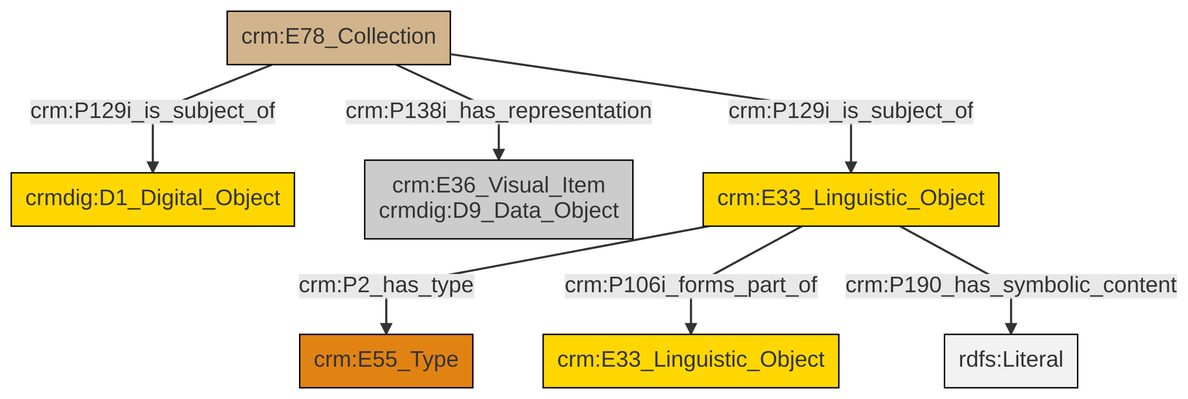
This is et/archivalCSV/ttl/mmd/png/archival_docs.png from swiss-art-research-net/docs.swissartresearch, a Mermaid export, as it was before one commit. Its source is kept beside it as et/archivalCSV/ttl/mmd/archival_docs.ttl.mmd.
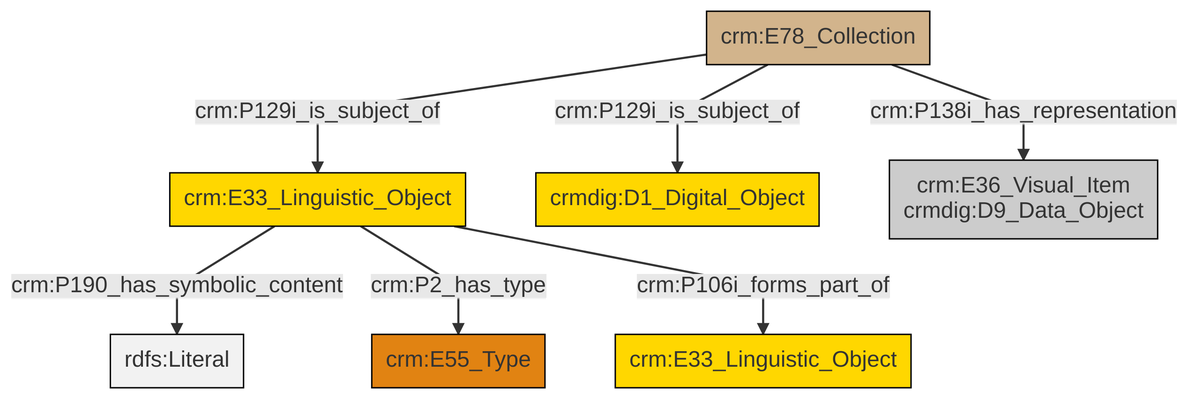
The same file after the commit.

What changed in the source:
```diff
@@ -13,9 +13,9 @@
 classDef PC_Classes fill:#4ce600, stroke:#000000;
 classDef Multi fill:#cccccc,stroke:#000000;
 
-0["crm:E78_Collection"]:::Physical_Thing -->|crm:P129i_is_subject_of| 1["crmdig:D1_Digital_Object"]:::Conceptual_Object
-5["crm:E33_Linguistic_Object"]:::Conceptual_Object -->|crm:P2_has_type| 6["crm:E55_Type"]:::Type
-5["crm:E33_Linguistic_Object"]:::Conceptual_Object -->|crm:P106i_forms_part_of| 9["crm:E33_Linguistic_Object"]:::Conceptual_Object
-5["crm:E33_Linguistic_Object"]:::Conceptual_Object -->|crm:P190_has_symbolic_content| 13[rdfs:Literal]:::Literal
-0["crm:E78_Collection"]:::Physical_Thing -->|crm:P129i_is_subject_of| 5["crm:E33_Linguistic_Object"]:::Conceptual_Object
-0["crm:E78_Collection"]:::Physical_Thing -->|crm:P138i_has_representation| 3["crm:E36_Visual_Item<br>crmdig:D9_Data_Object"]:::Multi
+2["crm:E78_Collection"]:::Physical_Thing -->|crm:P129i_is_subject_of| 7["crmdig:D1_Digital_Object"]:::Conceptual_Object
+0["crm:E33_Linguistic_Object"]:::Conceptual_Object -->|crm:P190_has_symbolic_content| 14[rdfs:Literal]:::Literal
+0["crm:E33_Linguistic_Object"]:::Conceptual_Object -->|crm:P2_has_type| 4["crm:E55_Type"]:::Type
+2["crm:E78_Collection"]:::Physical_Thing -->|crm:P129i_is_subject_of| 0["crm:E33_Linguistic_Object"]:::Conceptual_Object
+0["crm:E33_Linguistic_Object"]:::Conceptual_Object -->|crm:P106i_forms_part_of| 9["crm:E33_Linguistic_Object"]:::Conceptual_Object
+2["crm:E78_Collection"]:::Physical_Thing -->|crm:P138i_has_representation| 11["crm:E36_Visual_Item<br>crmdig:D9_Data_Object"]:::Multi
```
